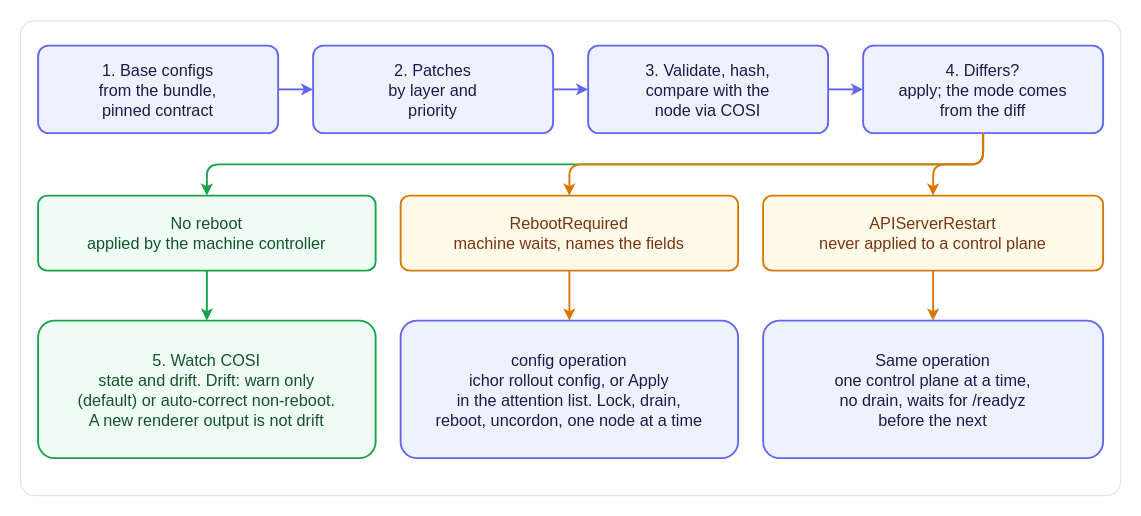
This is docs/images/configuration-reconcile.drawio from maeshinshin/ichor, a draw.io file, before an edit. Source tidied: cells renumbered, new cells numbered last; positions are measured from the earlier drawing's top-left corner, leaving out a move shared by most shapes. Both pictures are drawn from the tidied source at 125%, with x=0, y=0 at pixel (20, 20).
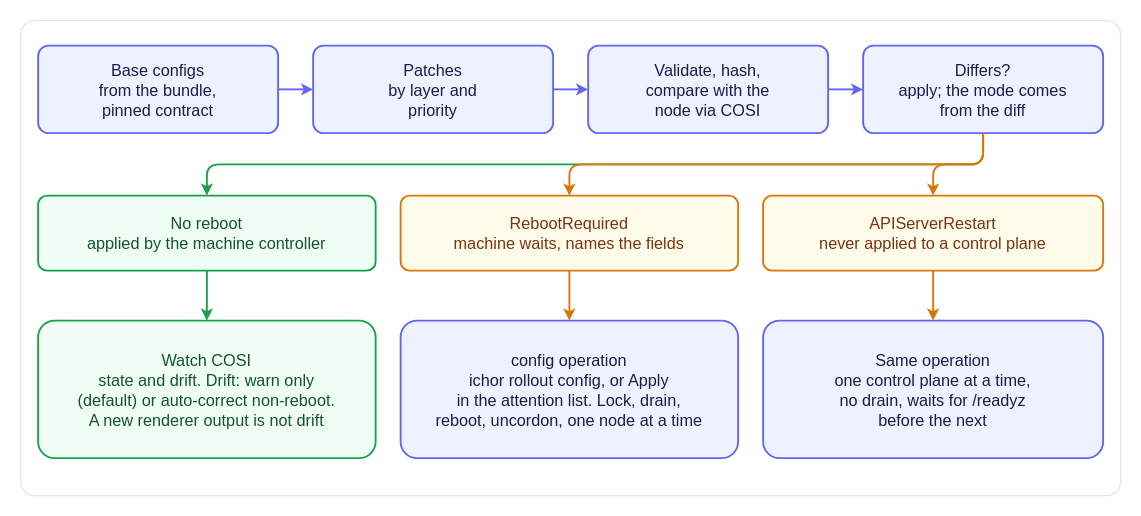
The same diagram, later.

Commit message (it also covers changes not shown here):
docs(architecture): drop step numbers from the reconcile diagram

Diff of the diagram source:
```diff
@@
-    <mxCell id="3" value="1. Base configs&#10;from the bundle,&#10;pinned contract" style="rounded=1;arcSize=12;fillColor=light-dark(#EEF2FF,#232553);strokeColor=light-dark(#6366F1,#818CF8);strokeWidth=1.5;fontColor=light-dark(#1E1B4B,#E0E7FF);fontFamily=Helvetica;fontSize=13;align=center;verticalAlign=middle;html=0;" parent="1" vertex="1">
+    <mxCell id="3" value="Base configs&#10;from the bundle,&#10;pinned contract" style="rounded=1;arcSize=12;fillColor=light-dark(#EEF2FF,#232553);strokeColor=light-dark(#6366F1,#818CF8);strokeWidth=1.5;fontColor=light-dark(#1E1B4B,#E0E7FF);fontFamily=Helvetica;fontSize=13;align=center;verticalAlign=middle;html=0;" parent="1" vertex="1">
       <mxGeometry x="14" y="20" width="192" height="70" as="geometry" />
     </mxCell>
-    <mxCell id="4" value="2. Patches&#10;by layer and&#10;priority" style="rounded=1;arcSize=12;fillColor=light-dark(#EEF2FF,#232553);strokeColor=light-dark(#6366F1,#818CF8);strokeWidth=1.5;fontColor=light-dark(#1E1B4B,#E0E7FF);fontFamily=Helvetica;fontSize=13;align=center;verticalAlign=middle;html=0;" parent="1" vertex="1">
+    <mxCell id="4" value="Patches&#10;by layer and&#10;priority" style="rounded=1;arcSize=12;fillColor=light-dark(#EEF2FF,#232553);strokeColor=light-dark(#6366F1,#818CF8);strokeWidth=1.5;fontColor=light-dark(#1E1B4B,#E0E7FF);fontFamily=Helvetica;fontSize=13;align=center;verticalAlign=middle;html=0;" parent="1" vertex="1">
       <mxGeometry x="234" y="20" width="192" height="70" as="geometry" />
     </mxCell>
-    <mxCell id="5" value="3. Validate, hash,&#10;compare with the&#10;node via COSI" style="rounded=1;arcSize=12;fillColor=light-dark(#EEF2FF,#232553);strokeColor=light-dark(#6366F1,#818CF8);strokeWidth=1.5;fontColor=light-dark(#1E1B4B,#E0E7FF);fontFamily=Helvetica;fontSize=13;align=center;verticalAlign=middle;html=0;" parent="1" vertex="1">
+    <mxCell id="5" value="Validate, hash,&#10;compare with the&#10;node via COSI" style="rounded=1;arcSize=12;fillColor=light-dark(#EEF2FF,#232553);strokeColor=light-dark(#6366F1,#818CF8);strokeWidth=1.5;fontColor=light-dark(#1E1B4B,#E0E7FF);fontFamily=Helvetica;fontSize=13;align=center;verticalAlign=middle;html=0;" parent="1" vertex="1">
       <mxGeometry x="454" y="20" width="192" height="70" as="geometry" />
     </mxCell>
-    <mxCell id="6" value="4. Differs?&#10;apply; the mode comes&#10;from the diff" style="rounded=1;arcSize=12;fillColor=light-dark(#EEF2FF,#232553);strokeColor=light-dark(#6366F1,#818CF8);strokeWidth=1.5;fontColor=light-dark(#1E1B4B,#E0E7FF);fontFamily=Helvetica;fontSize=13;align=center;verticalAlign=middle;html=0;" parent="1" vertex="1">
+    <mxCell id="6" value="Differs?&#10;apply; the mode comes&#10;from the diff" style="rounded=1;arcSize=12;fillColor=light-dark(#EEF2FF,#232553);strokeColor=light-dark(#6366F1,#818CF8);strokeWidth=1.5;fontColor=light-dark(#1E1B4B,#E0E7FF);fontFamily=Helvetica;fontSize=13;align=center;verticalAlign=middle;html=0;" parent="1" vertex="1">
       <mxGeometry x="674" y="20" width="192" height="70" as="geometry" />
     </mxCell>
@@
-    <mxCell id="10" value="5. Watch COSI&#10;state and drift. Drift: warn only&#10;(default) or auto-correct non-reboot.&#10;A new renderer output is not drift" style="rounded=1;arcSize=12;fillColor=light-dark(#F0FDF4,#0E2A1B);strokeColor=light-dark(#16A34A,#4ADE80);strokeWidth=1.5;fontColor=light-dark(#14532D,#BBF7D0);fontFamily=Helvetica;fontSize=13;align=center;verticalAlign=middle;html=0;" parent="1" vertex="1">
+    <mxCell id="10" value="Watch COSI&#10;state and drift. Drift: warn only&#10;(default) or auto-correct non-reboot.&#10;A new renderer output is not drift" style="rounded=1;arcSize=12;fillColor=light-dark(#F0FDF4,#0E2A1B);strokeColor=light-dark(#16A34A,#4ADE80);strokeWidth=1.5;fontColor=light-dark(#14532D,#BBF7D0);fontFamily=Helvetica;fontSize=13;align=center;verticalAlign=middle;html=0;" parent="1" vertex="1">
       <mxGeometry x="14" y="240" width="270" height="110" as="geometry" />
     </mxCell>
```
